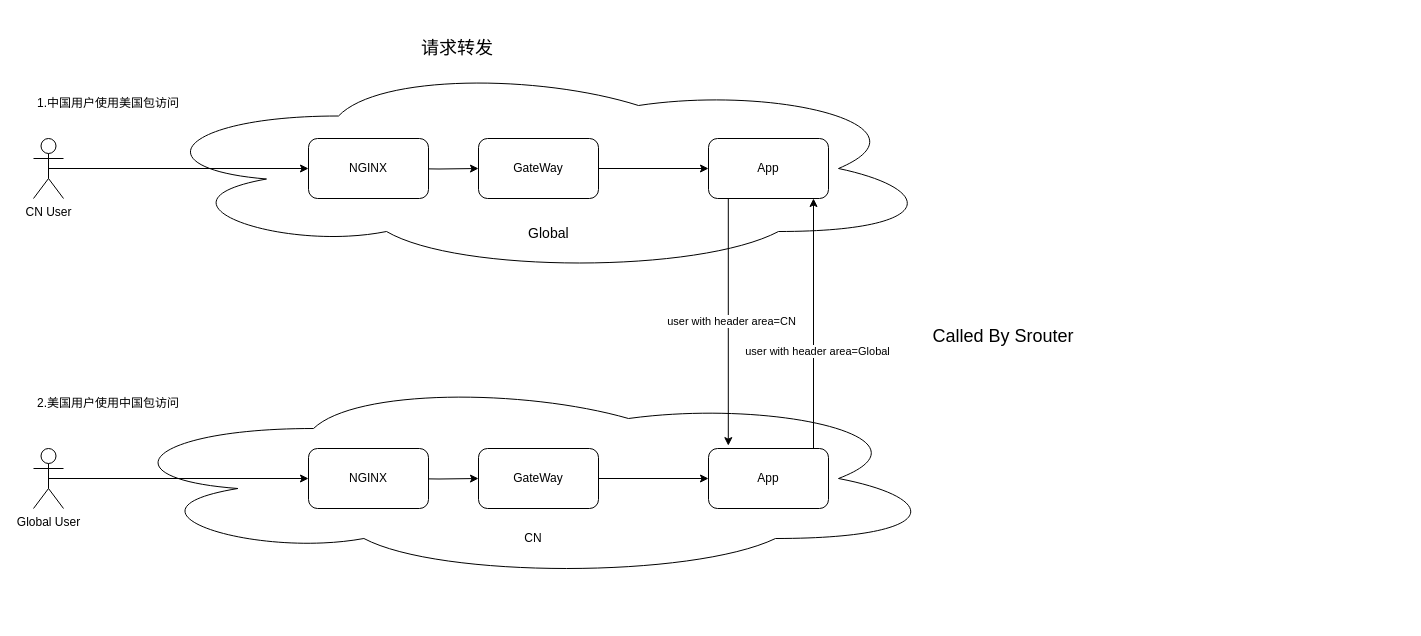
Hia-Hia/A-note keeps this draw.io diagram as 自选个人信息合规架构.drawio. Above is the earlier version. Source tidied: cells renumbered, new cells numbered last; positions are measured from the earlier drawing's top-left corner, leaving out a move shared by most shapes. Both pictures are drawn from the tidied source at 100%, with x=0, y=0 at pixel (23, 38).
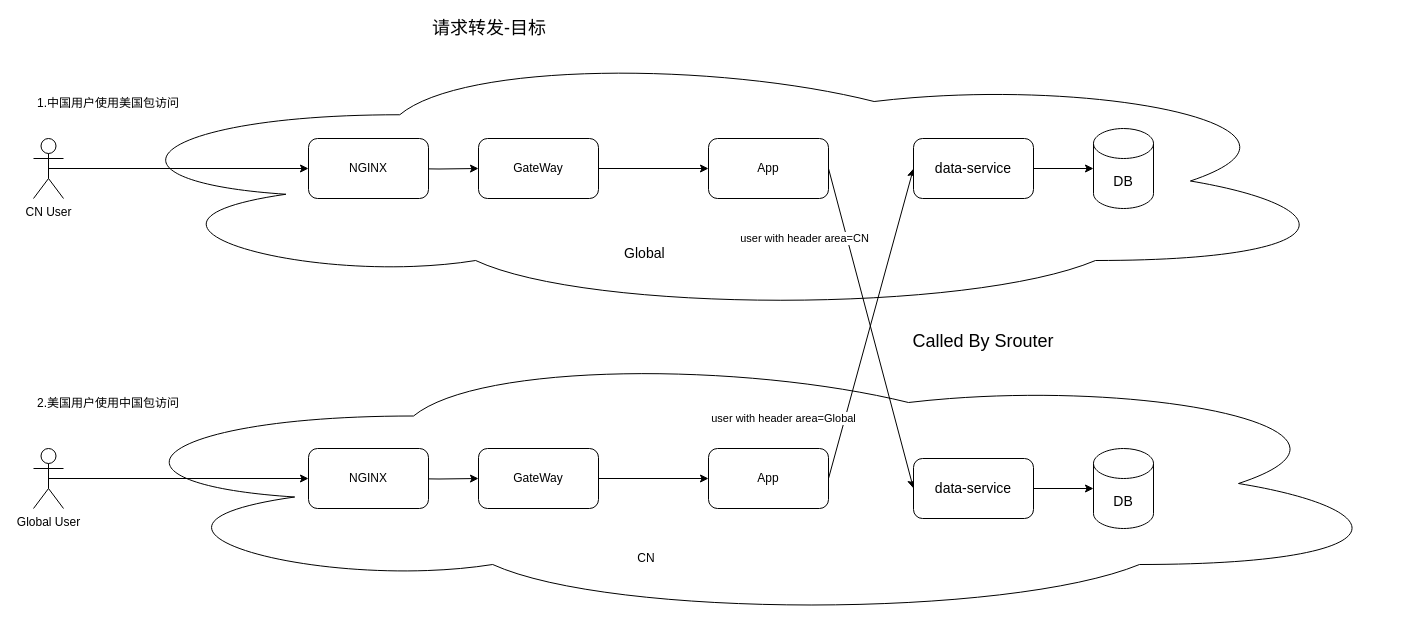
Above is the later version.

Commit message:
更新自选个人信息合规架构.drawio

Unchanged cells that the change refers to:
```xml
<mxCell id="13" value="App" style="whiteSpace=wrap;html=1;rounded=1;" parent="1" vertex="1">
  <mxGeometry x="685" y="100" width="120" height="60" as="geometry" />
</mxCell>
<mxCell id="14" value="&lt;span&gt;App&lt;/span&gt;" style="rounded=1;whiteSpace=wrap;html=1;" parent="1" vertex="1">
  <mxGeometry x="685" y="410" width="120" height="60" as="geometry" />
</mxCell>
```

What changed in the source:
```diff
@@
     <mxCell id="2" style="ellipse;shape=cloud;whiteSpace=wrap;html=1;" parent="1" vertex="1">
-      <mxGeometry x="80" y="340" width="840" height="200" as="geometry" />
+      <mxGeometry x="60" y="310" width="1320" height="270" as="geometry" />
     </mxCell>
     <mxCell id="3" style="ellipse;shape=cloud;whiteSpace=wrap;html=1;" parent="1" vertex="1">
-      <mxGeometry x="115" y="25" width="800" height="210" as="geometry" />
+      <mxGeometry x="60" y="10" width="1265" height="265" as="geometry" />
     </mxCell>
-    <mxCell id="4" value="&lt;font style=&quot;font-size: 18px&quot;&gt;请求转发&lt;/font&gt;" style="text;html=1;strokeColor=none;fillColor=none;align=center;verticalAlign=middle;whiteSpace=wrap;rounded=0;" parent="1" vertex="1">
-      <mxGeometry x="369" width="130" height="20" as="geometry" />
+    <mxCell id="4" value="&lt;font style=&quot;font-size: 18px&quot;&gt;请求转发-目标&lt;/font&gt;" style="text;html=1;strokeColor=none;fillColor=none;align=center;verticalAlign=middle;whiteSpace=wrap;rounded=0;" parent="1" vertex="1">
+      <mxGeometry x="401" y="-20" width="130" height="20" as="geometry" />
     </mxCell>
@@
     <mxCell id="15" value="&lt;font style=&quot;font-size: 14px&quot;&gt;Global&lt;/font&gt;&amp;nbsp;" style="text;html=1;strokeColor=none;fillColor=none;align=center;verticalAlign=middle;whiteSpace=wrap;rounded=0;" parent="1" vertex="1">
-      <mxGeometry x="454" y="180" width="146" height="30" as="geometry" />
+      <mxGeometry x="550" y="200" width="146" height="30" as="geometry" />
     </mxCell>
@@
-    <mxCell id="22" style="endArrow=classic;html=1;" parent="1" edge="1">
-      <mxGeometry relative="1" as="geometry">
-        <mxPoint x="790" y="410" as="sourcePoint" />
-        <mxPoint x="790" y="160" as="targetPoint" />
-      </mxGeometry>
+    <mxCell id="22" style="endArrow=classic;html=1;entryX=0;entryY=0.5;entryDx=0;entryDy=0;exitX=1;exitY=0.5;exitDx=0;exitDy=0;" parent="1" edge="1" source="14" target="29">
+      <mxGeometry relative="1" as="geometry" />
     </mxCell>
     <mxCell id="23" value="user with header area=Global" style="edgeLabel;html=1;align=center;verticalAlign=middle;" parent="22" vertex="1">
-      <mxGeometry x="-0.22" y="-3" relative="1" as="geometry" />
+      <mxGeometry x="-0.22" y="-3" relative="1" as="geometry">
+        <mxPoint x="-81" y="59" as="offset" />
+      </mxGeometry>
     </mxCell>
-    <mxCell id="24" style="endArrow=classic;html=1;exitX=0.165;exitY=1;exitDx=0;exitDy=0;exitPerimeter=0;entryX=0.165;entryY=-0.048;entryDx=0;entryDy=0;entryPerimeter=0;" parent="1" edge="1" source="13" target="14">
+    <mxCell id="24" style="endArrow=classic;html=1;exitX=1;exitY=0.5;exitDx=0;exitDy=0;entryX=0;entryY=0.5;entryDx=0;entryDy=0;" parent="1" edge="1" source="13" target="32">
       <mxGeometry relative="1" as="geometry" />
     </mxCell>
     <mxCell id="25" value="user with header area=CN" style="edgeLabel;html=1;align=center;verticalAlign=middle;" parent="24" vertex="1">
-      <mxGeometry x="-0.01" y="3" relative="1" as="geometry" />
+      <mxGeometry x="-0.01" y="3" relative="1" as="geometry">
+        <mxPoint x="-70" y="-88" as="offset" />
+      </mxGeometry>
     </mxCell>
     <mxCell id="26" value="&lt;font style=&quot;font-size: 18px&quot;&gt;Called By Srouter&lt;/font&gt;" style="text;html=1;strokeColor=none;fillColor=none;align=center;verticalAlign=middle;whiteSpace=wrap;rounded=0;" parent="1" vertex="1">
-      <mxGeometry x="870" y="255" width="220" height="85" as="geometry" />
+      <mxGeometry x="850" y="260" width="220" height="85" as="geometry" />
     </mxCell>
     <mxCell id="27" value="CN" style="text;html=1;strokeColor=none;fillColor=none;align=center;verticalAlign=middle;whiteSpace=wrap;rounded=0;" parent="1" vertex="1">
-      <mxGeometry x="490" y="490" width="40" height="20" as="geometry" />
+      <mxGeometry x="603" y="510" width="40" height="20" as="geometry" />
     </mxCell>
+    <mxCell id="28" style="edgeStyle=orthogonalEdgeStyle;rounded=0;jettySize=auto;html=1;fontSize=14;" parent="1" edge="1" source="29" target="30">
+      <mxGeometry relative="1" as="geometry" />
+    </mxCell>
+    <mxCell id="29" value="&lt;font style=&quot;font-size: 14px&quot;&gt;data-service&lt;/font&gt;" style="rounded=1;whiteSpace=wrap;html=1;" parent="1" vertex="1">
+      <mxGeometry x="890" y="100" width="120" height="60" as="geometry" />
+    </mxCell>
+    <mxCell id="30" value="DB" style="shape=cylinder3;whiteSpace=wrap;html=1;boundedLbl=1;backgroundOutline=1;size=15;fontSize=14;" parent="1" vertex="1">
+      <mxGeometry x="1070" y="90" width="60" height="80" as="geometry" />
+    </mxCell>
+    <mxCell id="31" style="edgeStyle=orthogonalEdgeStyle;rounded=0;jettySize=auto;html=1;fontSize=14;" parent="1" edge="1" source="32" target="33">
+      <mxGeometry relative="1" as="geometry" />
+    </mxCell>
+    <mxCell id="32" value="&lt;font style=&quot;font-size: 14px&quot;&gt;data-service&lt;/font&gt;" style="rounded=1;whiteSpace=wrap;html=1;" parent="1" vertex="1">
+      <mxGeometry x="890" y="420" width="120" height="60" as="geometry" />
+    </mxCell>
+    <mxCell id="33" value="DB" style="shape=cylinder3;whiteSpace=wrap;html=1;boundedLbl=1;backgroundOutline=1;size=15;fontSize=14;" parent="1" vertex="1">
+      <mxGeometry x="1070" y="410" width="60" height="80" as="geometry" />
+    </mxCell>
```
